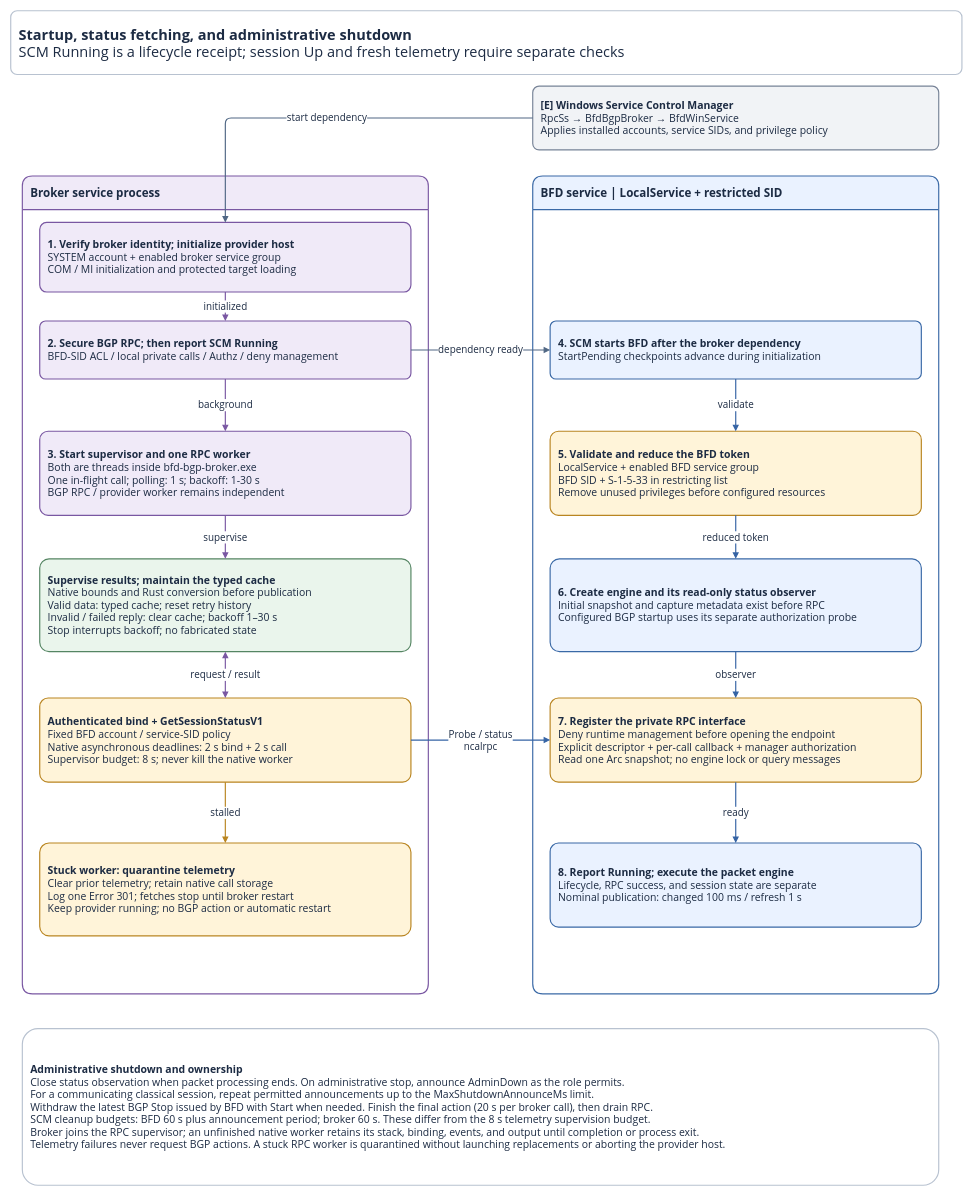
Before: page "2 Service lifecycle" (2 of 3) of docs/service-communication.drawio in miketheitguy/bfd-winservice, a draw.io diagram. Source tidied: cells renumbered, new cells numbered last; positions are measured from the earlier drawing's top-left corner, leaving out a move shared by most shapes. Both pictures are drawn from the tidied source at 58%, with x=0, y=0 at pixel (10, 10).
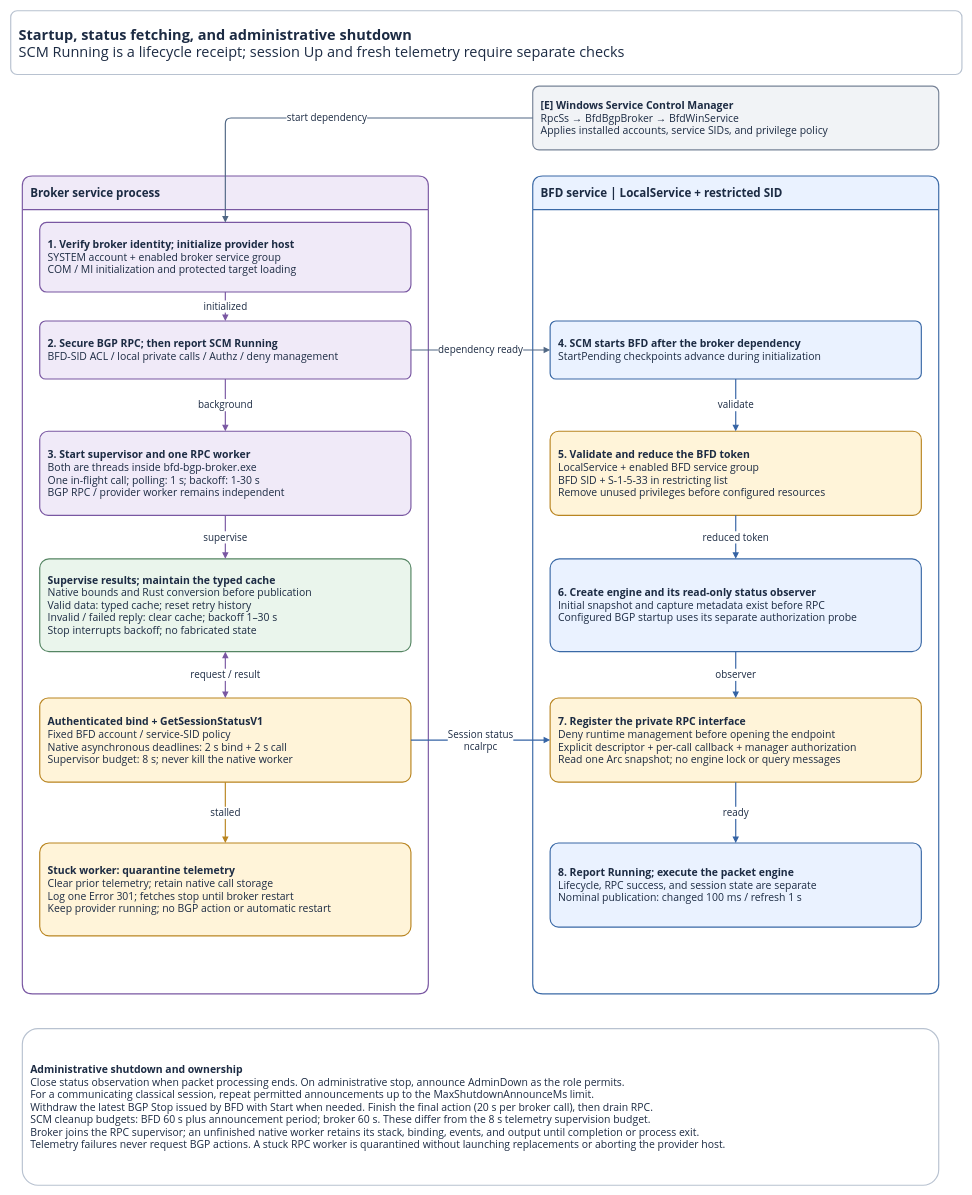
The same page after the edit.

The change refers to these unchanged cells:
```xml
<mxCell id="9" value="&lt;b&gt;Authenticated bind + GetSessionStatusV1&lt;/b&gt;&lt;br&gt;Fixed BFD account / service-SID policy&lt;br&gt;Native asynchronous deadlines: 2 s bind + 2 s call&lt;br&gt;Supervisor budget: 8 s; never kill the native worker" style="rounded=1;arcSize=10;whiteSpace=wrap;html=1;fillColor=#FFF4D9;strokeColor=#B98521;strokeWidth=2;fontFamily=Segoe UI;fontSize=18;fontColor=#1C2B43;spacing=14;align=left;verticalAlign=middle;" parent="4" vertex="1">
  <mxGeometry x="30" y="900" width="640" height="145" as="geometry" />
</mxCell>
<mxCell id="15" value="&lt;b&gt;7. Register the private RPC interface&lt;/b&gt;&lt;br&gt;Deny runtime management before opening the endpoint&lt;br&gt;Explicit descriptor + per-call callback + manager authorization&lt;br&gt;Read one Arc snapshot; no engine lock or query messages" style="rounded=1;arcSize=10;whiteSpace=wrap;html=1;fillColor=#FFF4D9;strokeColor=#B98521;strokeWidth=2;fontFamily=Segoe UI;fontSize=18;fontColor=#1C2B43;spacing=14;align=left;verticalAlign=middle;" parent="5" vertex="1">
  <mxGeometry x="30" y="900" width="640" height="145" as="geometry" />
</mxCell>
```

The edit, as a diff of the source:
```diff
@@
-    <mxCell id="28" value="Probe / status&lt;br&gt;ncalrpc" style="edgeStyle=orthogonalEdgeStyle;rounded=1;html=1;strokeColor=#3563A4;strokeWidth=2;endArrow=block;endFill=1;fontFamily=Segoe UI;fontSize=17;fontColor=#1C2B43;labelBackgroundColor=#FFFFFF;spacing=6;jettySize=auto;startArrow=none;" parent="1" edge="1" source="9" target="15">
+    <mxCell id="28" value="Session status&lt;br&gt;ncalrpc" style="edgeStyle=orthogonalEdgeStyle;rounded=1;html=1;strokeColor=#3563A4;strokeWidth=2;endArrow=block;endFill=1;fontFamily=Segoe UI;fontSize=17;fontColor=#1C2B43;labelBackgroundColor=#FFFFFF;spacing=6;jettySize=auto;startArrow=none;" parent="1" edge="1" source="9" target="15">
       <mxGeometry relative="1" as="geometry" />
     </mxCell>
```
